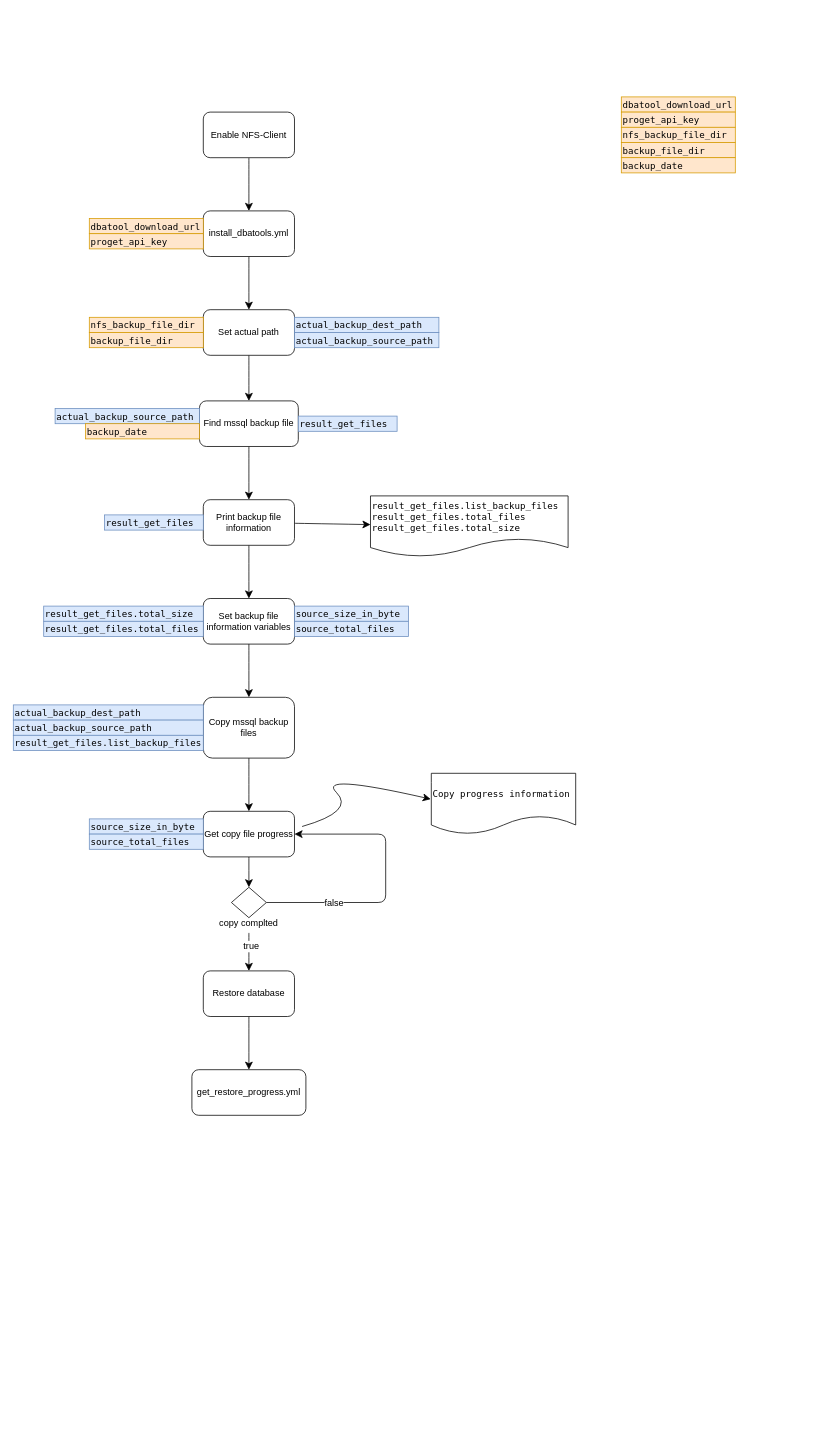
The draw.io diagram Ansible-Restore-MSSQL-Database.drawio in khinhvuphiduong/diagrams.net, before the edit. Source tidied: cells renumbered, new cells numbered last; positions are measured from the earlier drawing's top-left corner, leaving out a move shared by most shapes. Both pictures are drawn from the tidied source at 76%, with x=0, y=0 at pixel (13, 97).
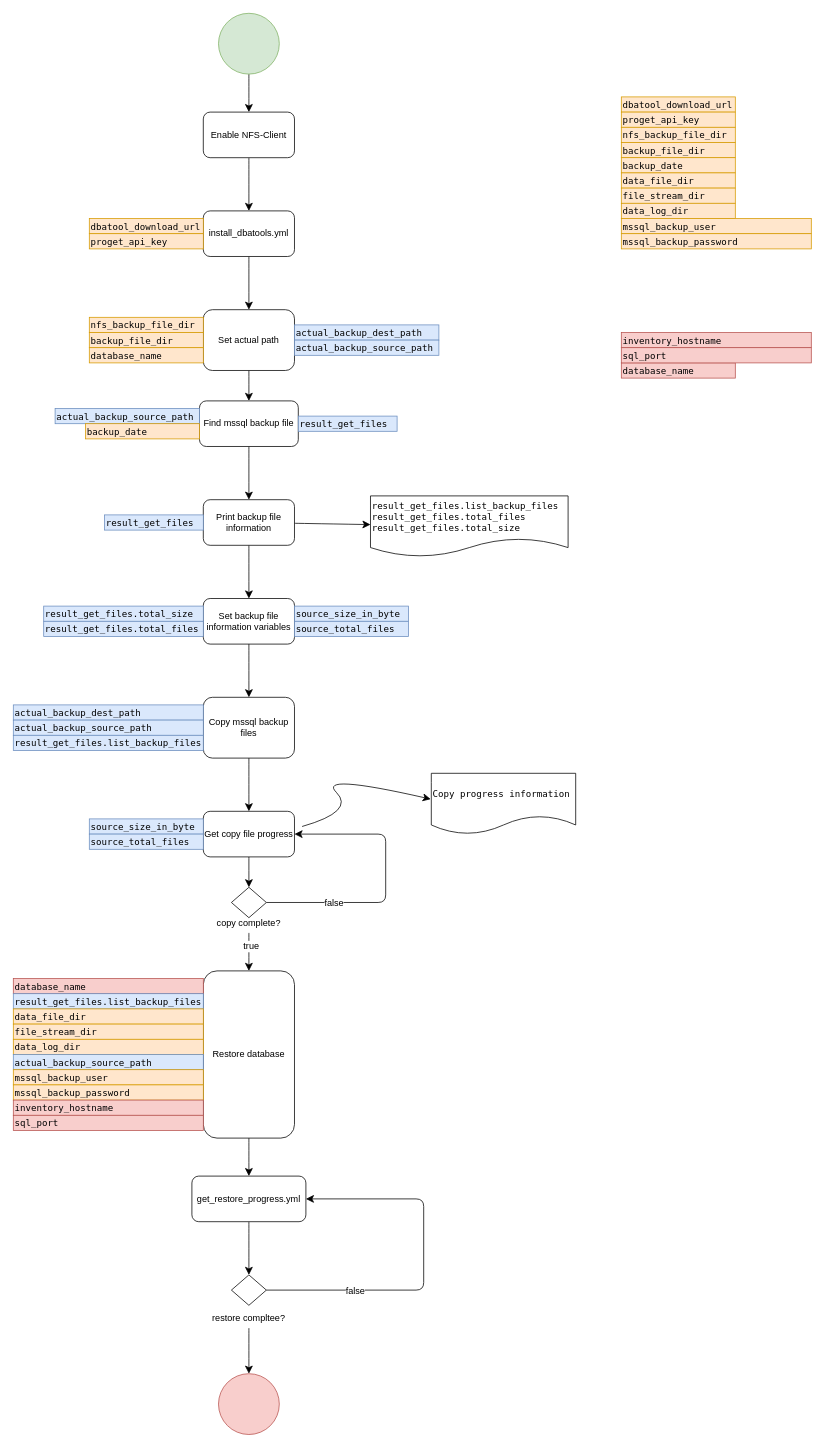
After the change.

Unchanged cells that the change refers to:
```xml
<mxCell id="3" value="Enable NFS-Client" style="rounded=1;whiteSpace=wrap;html=1;" parent="1" vertex="1">
  <mxGeometry x="250" y="20" width="120" height="60" as="geometry" />
</mxCell>
```

Diff of the diagram source:
```diff
@@
     <mxCell id="8" value="Set actual path" style="rounded=1;whiteSpace=wrap;html=1;" parent="1" vertex="1">
-      <mxGeometry x="250" y="280" width="120" height="60" as="geometry" />
+      <mxGeometry x="250" y="280" width="120" height="80" as="geometry" />
     </mxCell>
@@
     <mxCell id="20" value="Restore database" style="rounded=1;whiteSpace=wrap;html=1;" parent="1" vertex="1">
-      <mxGeometry x="250" y="1150" width="120" height="60" as="geometry" />
+      <mxGeometry x="250" y="1150" width="120" height="220" as="geometry" />
     </mxCell>
+    <mxCell id="55" style="edgeStyle=none;curved=1;rounded=0;jettySize=auto;html=1;fontSize=12;startSize=8;endSize=8;" parent="1" edge="1" source="21" target="75">
+      <mxGeometry relative="1" as="geometry" />
+    </mxCell>
     <mxCell id="21" value="get_restore_progress.yml" style="rounded=1;whiteSpace=wrap;html=1;" parent="1" vertex="1">
-      <mxGeometry x="235" y="1280" width="150" height="60" as="geometry" />
+      <mxGeometry x="235" y="1420" width="150" height="60" as="geometry" />
     </mxCell>
@@
-    <mxCell id="27" value="&lt;font style=&quot;font-size: 12px;&quot;&gt;copy complted&lt;/font&gt;" style="text;html=1;align=center;verticalAlign=middle;whiteSpace=wrap;rounded=0;fontSize=16;" parent="1" vertex="1">
+    <mxCell id="27" value="&lt;font style=&quot;font-size: 12px;&quot;&gt;copy complete?&lt;/font&gt;" style="text;html=1;align=center;verticalAlign=middle;whiteSpace=wrap;rounded=0;fontSize=16;" parent="1" vertex="1">
       <mxGeometry x="260" y="1070" width="100" height="30" as="geometry" />
     </mxCell>
@@
     <mxCell id="32" value="&lt;div style=&quot;line-height: 18px;&quot;&gt;&lt;font face=&quot;Menlo, Monaco, Courier New, monospace&quot;&gt;&lt;span style=&quot;white-space: pre;&quot;&gt;actual_backup_dest_path&lt;/span&gt;&lt;/font&gt;&lt;br&gt;&lt;/div&gt;" style="text;whiteSpace=wrap;html=1;verticalAlign=middle;labelBackgroundColor=none;fillColor=#dae8fc;strokeColor=#6c8ebf;" parent="1" vertex="1">
-      <mxGeometry x="370" y="290" width="190" height="20" as="geometry" />
+      <mxGeometry x="370" y="300" width="190" height="20" as="geometry" />
     </mxCell>
     <mxCell id="33" value="&lt;div style=&quot;line-height: 18px;&quot;&gt;&lt;font face=&quot;Menlo, Monaco, Courier New, monospace&quot;&gt;&lt;span style=&quot;white-space: pre;&quot;&gt;actual_backup_source_path&lt;/span&gt;&lt;/font&gt;&lt;br&gt;&lt;/div&gt;" style="text;whiteSpace=wrap;html=1;verticalAlign=middle;labelBackgroundColor=none;fillColor=#dae8fc;strokeColor=#6c8ebf;" parent="1" vertex="1">
-      <mxGeometry x="370" y="310" width="190" height="20" as="geometry" />
+      <mxGeometry x="370" y="320" width="190" height="20" as="geometry" />
     </mxCell>
@@
+    <mxCell id="56" value="&lt;div style=&quot;line-height: 18px;&quot;&gt;&lt;font face=&quot;Menlo, Monaco, Courier New, monospace&quot;&gt;&lt;span style=&quot;white-space: pre;&quot;&gt;database_name&lt;/span&gt;&lt;/font&gt;&lt;br&gt;&lt;/div&gt;" style="text;whiteSpace=wrap;html=1;verticalAlign=middle;labelBackgroundColor=none;fillColor=#f8cecc;strokeColor=#b85450;" parent="1" vertex="1">
+      <mxGeometry x="800" y="350" width="150" height="20" as="geometry" />
+    </mxCell>
+    <mxCell id="57" value="&lt;div style=&quot;line-height: 18px;&quot;&gt;&lt;font face=&quot;Menlo, Monaco, Courier New, monospace&quot;&gt;&lt;span style=&quot;white-space: pre;&quot;&gt;database_name&lt;/span&gt;&lt;/font&gt;&lt;br&gt;&lt;/div&gt;" style="text;whiteSpace=wrap;html=1;verticalAlign=middle;labelBackgroundColor=none;fillColor=#ffe6cc;strokeColor=#d79b00;" parent="1" vertex="1">
+      <mxGeometry x="100" y="330" width="150" height="20" as="geometry" />
+    </mxCell>
+    <mxCell id="58" value="&lt;div style=&quot;line-height: 18px;&quot;&gt;&lt;font face=&quot;Menlo, Monaco, Courier New, monospace&quot;&gt;&lt;span style=&quot;white-space: pre;&quot;&gt;database_name&lt;/span&gt;&lt;/font&gt;&lt;br&gt;&lt;/div&gt;" style="text;whiteSpace=wrap;html=1;verticalAlign=middle;labelBackgroundColor=none;fillColor=#f8cecc;strokeColor=#b85450;" parent="1" vertex="1">
+      <mxGeometry y="1160" width="250" height="20" as="geometry" />
+    </mxCell>
+    <mxCell id="59" value="&lt;div style=&quot;line-height: 18px;&quot;&gt;&lt;font face=&quot;Menlo, Monaco, Courier New, monospace&quot;&gt;&lt;span style=&quot;white-space: pre;&quot;&gt;result_get_files.list_backup_files&lt;/span&gt;&lt;/font&gt;&lt;br&gt;&lt;/div&gt;" style="text;whiteSpace=wrap;html=1;verticalAlign=middle;labelBackgroundColor=none;fillColor=#dae8fc;strokeColor=#6c8ebf;" parent="1" vertex="1">
+      <mxGeometry y="1180" width="250" height="20" as="geometry" />
+    </mxCell>
+    <mxCell id="60" value="&lt;div style=&quot;line-height: 18px;&quot;&gt;&lt;font face=&quot;Menlo, Monaco, Courier New, monospace&quot;&gt;&lt;span style=&quot;white-space: pre;&quot;&gt;data_file_dir&lt;/span&gt;&lt;/font&gt;&lt;br&gt;&lt;/div&gt;" style="text;whiteSpace=wrap;html=1;verticalAlign=middle;labelBackgroundColor=none;fillColor=#ffe6cc;strokeColor=#d79b00;" parent="1" vertex="1">
+      <mxGeometry y="1200" width="250" height="20" as="geometry" />
+    </mxCell>
+    <mxCell id="61" value="&lt;div style=&quot;line-height: 18px;&quot;&gt;&lt;font face=&quot;Menlo, Monaco, Courier New, monospace&quot;&gt;&lt;span style=&quot;white-space: pre;&quot;&gt;data_file_dir&lt;/span&gt;&lt;/font&gt;&lt;br&gt;&lt;/div&gt;" style="text;whiteSpace=wrap;html=1;verticalAlign=middle;labelBackgroundColor=none;fillColor=#ffe6cc;strokeColor=#d79b00;" parent="1" vertex="1">
+      <mxGeometry x="800" y="100" width="150" height="20" as="geometry" />
+    </mxCell>
+    <mxCell id="62" value="&lt;div style=&quot;line-height: 18px;&quot;&gt;&lt;font face=&quot;Menlo, Monaco, Courier New, monospace&quot;&gt;&lt;span style=&quot;white-space: pre;&quot;&gt;file_stream_dir&lt;/span&gt;&lt;/font&gt;&lt;br&gt;&lt;/div&gt;" style="text;whiteSpace=wrap;html=1;verticalAlign=middle;labelBackgroundColor=none;fillColor=#ffe6cc;strokeColor=#d79b00;" parent="1" vertex="1">
+      <mxGeometry y="1220" width="250" height="20" as="geometry" />
+    </mxCell>
+    <mxCell id="63" value="&lt;div style=&quot;line-height: 18px;&quot;&gt;&lt;font face=&quot;Menlo, Monaco, Courier New, monospace&quot;&gt;&lt;span style=&quot;white-space: pre;&quot;&gt;file_stream_dir&lt;/span&gt;&lt;/font&gt;&lt;br&gt;&lt;/div&gt;" style="text;whiteSpace=wrap;html=1;verticalAlign=middle;labelBackgroundColor=none;fillColor=#ffe6cc;strokeColor=#d79b00;" parent="1" vertex="1">
+      <mxGeometry x="800" y="120" width="150" height="20" as="geometry" />
+    </mxCell>
+    <mxCell id="64" value="&lt;div style=&quot;line-height: 18px;&quot;&gt;&lt;font face=&quot;Menlo, Monaco, Courier New, monospace&quot;&gt;&lt;span style=&quot;white-space: pre;&quot;&gt;data_log_dir&lt;/span&gt;&lt;/font&gt;&lt;br&gt;&lt;/div&gt;" style="text;whiteSpace=wrap;html=1;verticalAlign=middle;labelBackgroundColor=none;fillColor=#ffe6cc;strokeColor=#d79b00;" parent="1" vertex="1">
+      <mxGeometry y="1240" width="250" height="20" as="geometry" />
+    </mxCell>
+    <mxCell id="65" value="&lt;div style=&quot;line-height: 18px;&quot;&gt;&lt;font face=&quot;Menlo, Monaco, Courier New, monospace&quot;&gt;&lt;span style=&quot;white-space: pre;&quot;&gt;data_log_dir&lt;/span&gt;&lt;/font&gt;&lt;br&gt;&lt;/div&gt;" style="text;whiteSpace=wrap;html=1;verticalAlign=middle;labelBackgroundColor=none;fillColor=#ffe6cc;strokeColor=#d79b00;" parent="1" vertex="1">
+      <mxGeometry x="800" y="140" width="150" height="20" as="geometry" />
+    </mxCell>
+    <mxCell id="66" value="&lt;div style=&quot;line-height: 18px;&quot;&gt;&lt;font face=&quot;Menlo, Monaco, Courier New, monospace&quot;&gt;&lt;span style=&quot;white-space: pre;&quot;&gt;actual_backup_source_path&lt;/span&gt;&lt;/font&gt;&lt;br&gt;&lt;/div&gt;" style="text;whiteSpace=wrap;html=1;verticalAlign=middle;labelBackgroundColor=none;fillColor=#dae8fc;strokeColor=#6c8ebf;" parent="1" vertex="1">
+      <mxGeometry y="1260" width="250" height="20" as="geometry" />
+    </mxCell>
+    <mxCell id="67" value="&lt;div style=&quot;line-height: 18px;&quot;&gt;&lt;font face=&quot;Menlo, Monaco, Courier New, monospace&quot;&gt;&lt;span style=&quot;white-space: pre;&quot;&gt;mssql_backup_user&lt;/span&gt;&lt;/font&gt;&lt;br&gt;&lt;/div&gt;" style="text;whiteSpace=wrap;html=1;verticalAlign=middle;labelBackgroundColor=none;fillColor=#ffe6cc;strokeColor=#d79b00;" parent="1" vertex="1">
+      <mxGeometry y="1280" width="250" height="20" as="geometry" />
+    </mxCell>
+    <mxCell id="68" value="&lt;div style=&quot;line-height: 18px;&quot;&gt;&lt;font face=&quot;Menlo, Monaco, Courier New, monospace&quot;&gt;&lt;span style=&quot;white-space: pre;&quot;&gt;mssql_backup_password&lt;/span&gt;&lt;/font&gt;&lt;br&gt;&lt;/div&gt;" style="text;whiteSpace=wrap;html=1;verticalAlign=middle;labelBackgroundColor=none;fillColor=#ffe6cc;strokeColor=#d79b00;" parent="1" vertex="1">
+      <mxGeometry y="1300" width="250" height="20" as="geometry" />
+    </mxCell>
+    <mxCell id="69" value="&lt;div style=&quot;line-height: 18px;&quot;&gt;&lt;font face=&quot;Menlo, Monaco, Courier New, monospace&quot;&gt;&lt;span style=&quot;white-space: pre;&quot;&gt;inventory_hostname&lt;/span&gt;&lt;/font&gt;&lt;br&gt;&lt;/div&gt;" style="text;whiteSpace=wrap;html=1;verticalAlign=middle;labelBackgroundColor=none;fillColor=#f8cecc;strokeColor=#b85450;" parent="1" vertex="1">
+      <mxGeometry y="1320" width="250" height="20" as="geometry" />
+    </mxCell>
+    <mxCell id="70" value="&lt;div style=&quot;line-height: 18px;&quot;&gt;&lt;font face=&quot;Menlo, Monaco, Courier New, monospace&quot;&gt;&lt;span style=&quot;white-space: pre;&quot;&gt;sql_port&lt;/span&gt;&lt;/font&gt;&lt;br&gt;&lt;/div&gt;" style="text;whiteSpace=wrap;html=1;verticalAlign=middle;labelBackgroundColor=none;fillColor=#f8cecc;strokeColor=#b85450;" parent="1" vertex="1">
+      <mxGeometry y="1340" width="250" height="20" as="geometry" />
+    </mxCell>
+    <mxCell id="71" value="&lt;div style=&quot;line-height: 18px;&quot;&gt;&lt;font face=&quot;Menlo, Monaco, Courier New, monospace&quot;&gt;&lt;span style=&quot;white-space: pre;&quot;&gt;mssql_backup_user&lt;/span&gt;&lt;/font&gt;&lt;br&gt;&lt;/div&gt;" style="text;whiteSpace=wrap;html=1;verticalAlign=middle;labelBackgroundColor=none;fillColor=#ffe6cc;strokeColor=#d79b00;" parent="1" vertex="1">
+      <mxGeometry x="800" y="160" width="250" height="20" as="geometry" />
+    </mxCell>
+    <mxCell id="72" value="&lt;div style=&quot;line-height: 18px;&quot;&gt;&lt;font face=&quot;Menlo, Monaco, Courier New, monospace&quot;&gt;&lt;span style=&quot;white-space: pre;&quot;&gt;mssql_backup_password&lt;/span&gt;&lt;/font&gt;&lt;br&gt;&lt;/div&gt;" style="text;whiteSpace=wrap;html=1;verticalAlign=middle;labelBackgroundColor=none;fillColor=#ffe6cc;strokeColor=#d79b00;" parent="1" vertex="1">
+      <mxGeometry x="800" y="180" width="250" height="20" as="geometry" />
+    </mxCell>
+    <mxCell id="73" value="&lt;div style=&quot;line-height: 18px;&quot;&gt;&lt;font face=&quot;Menlo, Monaco, Courier New, monospace&quot;&gt;&lt;span style=&quot;white-space: pre;&quot;&gt;inventory_hostname&lt;/span&gt;&lt;/font&gt;&lt;br&gt;&lt;/div&gt;" style="text;whiteSpace=wrap;html=1;verticalAlign=middle;labelBackgroundColor=none;fillColor=#f8cecc;strokeColor=#b85450;" parent="1" vertex="1">
+      <mxGeometry x="800" y="310" width="250" height="20" as="geometry" />
+    </mxCell>
+    <mxCell id="74" value="&lt;div style=&quot;line-height: 18px;&quot;&gt;&lt;font face=&quot;Menlo, Monaco, Courier New, monospace&quot;&gt;&lt;span style=&quot;white-space: pre;&quot;&gt;sql_port&lt;/span&gt;&lt;/font&gt;&lt;br&gt;&lt;/div&gt;" style="text;whiteSpace=wrap;html=1;verticalAlign=middle;labelBackgroundColor=none;fillColor=#f8cecc;strokeColor=#b85450;" parent="1" vertex="1">
+      <mxGeometry x="800" y="330" width="250" height="20" as="geometry" />
+    </mxCell>
+    <mxCell id="75" style="rhombus;whiteSpace=wrap;html=1;" parent="1" vertex="1">
+      <mxGeometry x="287" y="1550" width="46" height="40" as="geometry" />
+    </mxCell>
+    <mxCell id="76" style="edgeStyle=none;curved=1;rounded=0;jettySize=auto;html=1;fontSize=12;startSize=8;endSize=8;entryX=0.5;entryY=0;entryDx=0;entryDy=0;" parent="1" edge="1" source="77" target="80">
+      <mxGeometry relative="1" as="geometry" />
+    </mxCell>
+    <mxCell id="77" value="&lt;font style=&quot;font-size: 12px;&quot;&gt;restore compltee?&lt;/font&gt;" style="text;html=1;align=center;verticalAlign=middle;whiteSpace=wrap;rounded=0;fontSize=16;" parent="1" vertex="1">
+      <mxGeometry x="260" y="1590" width="100" height="30" as="geometry" />
+    </mxCell>
+    <mxCell id="78" style="edgeStyle=none;curved=0;rounded=1;jettySize=auto;html=1;entryX=1;entryY=0.5;entryDx=0;entryDy=0;fontSize=12;startSize=8;endSize=8;exitX=1;exitY=0.5;exitDx=0;exitDy=0;" parent="1" edge="1" source="75" target="21">
+      <mxGeometry relative="1" as="geometry">
+        <Array as="points">
+          <mxPoint x="540" y="1570" />
+          <mxPoint x="540" y="1450" />
+        </Array>
+      </mxGeometry>
+    </mxCell>
+    <mxCell id="79" value="false" style="edgeLabel;html=1;align=center;verticalAlign=middle;fontSize=12;" parent="78" vertex="1">
+      <mxGeometry x="-0.52" y="-4" relative="1" as="geometry">
+        <mxPoint y="-4" as="offset" />
+      </mxGeometry>
+    </mxCell>
+    <mxCell id="80" style="ellipse;whiteSpace=wrap;html=1;fillColor=#f8cecc;strokeColor=#b85450;" parent="1" vertex="1">
+      <mxGeometry x="270" y="1680" width="80" height="80" as="geometry" />
+    </mxCell>
+    <mxCell id="81" style="edgeStyle=none;curved=1;rounded=0;jettySize=auto;html=1;fontSize=12;startSize=8;endSize=8;" parent="1" edge="1" source="82" target="3">
+      <mxGeometry relative="1" as="geometry" />
+    </mxCell>
+    <mxCell id="82" style="ellipse;whiteSpace=wrap;html=1;fillColor=#d5e8d4;strokeColor=#82b366;" parent="1" vertex="1">
+      <mxGeometry x="270" y="-110" width="80" height="80" as="geometry" />
+    </mxCell>
```
